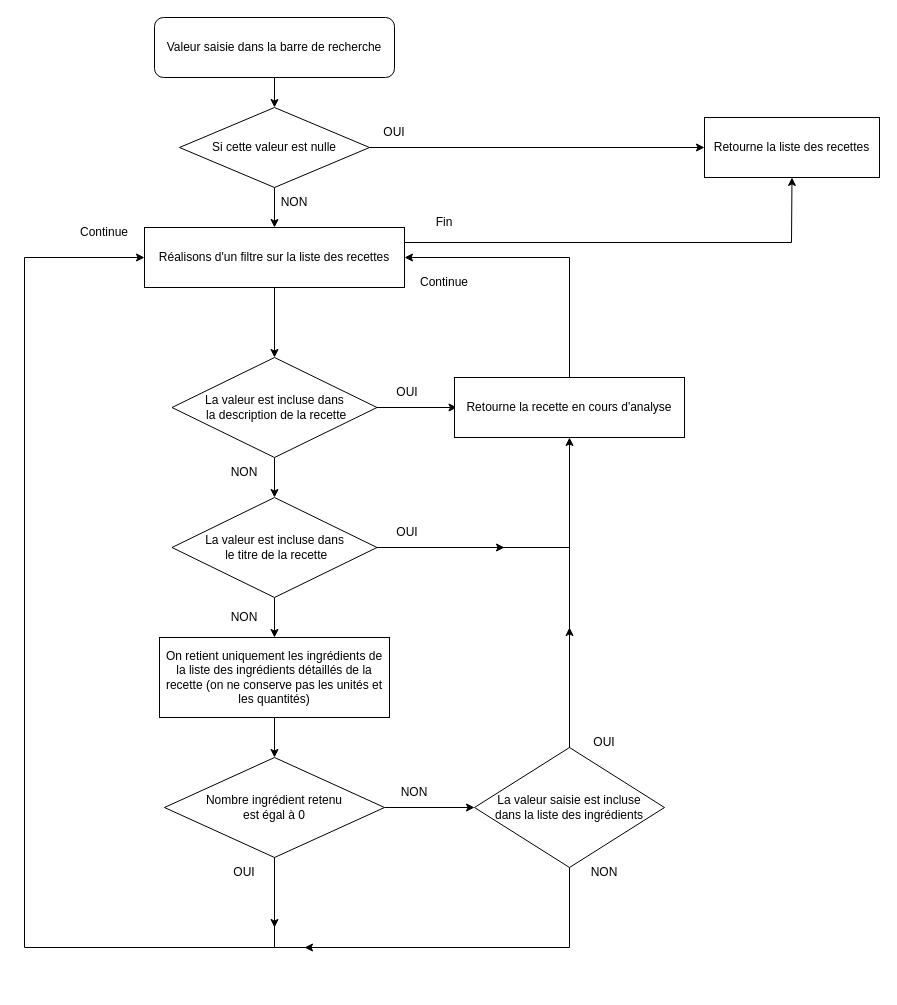
This is Untitled Diagram.drawio from NicolasCrombois/CromboisNicolas_7_10042022, a draw.io file, before an edit. Source tidied: cells renumbered, new cells numbered last; positions are measured from the earlier drawing's top-left corner, leaving out a move shared by most shapes. Both pictures are drawn from the tidied source at 100%, with x=0, y=0 at pixel (24, 17).
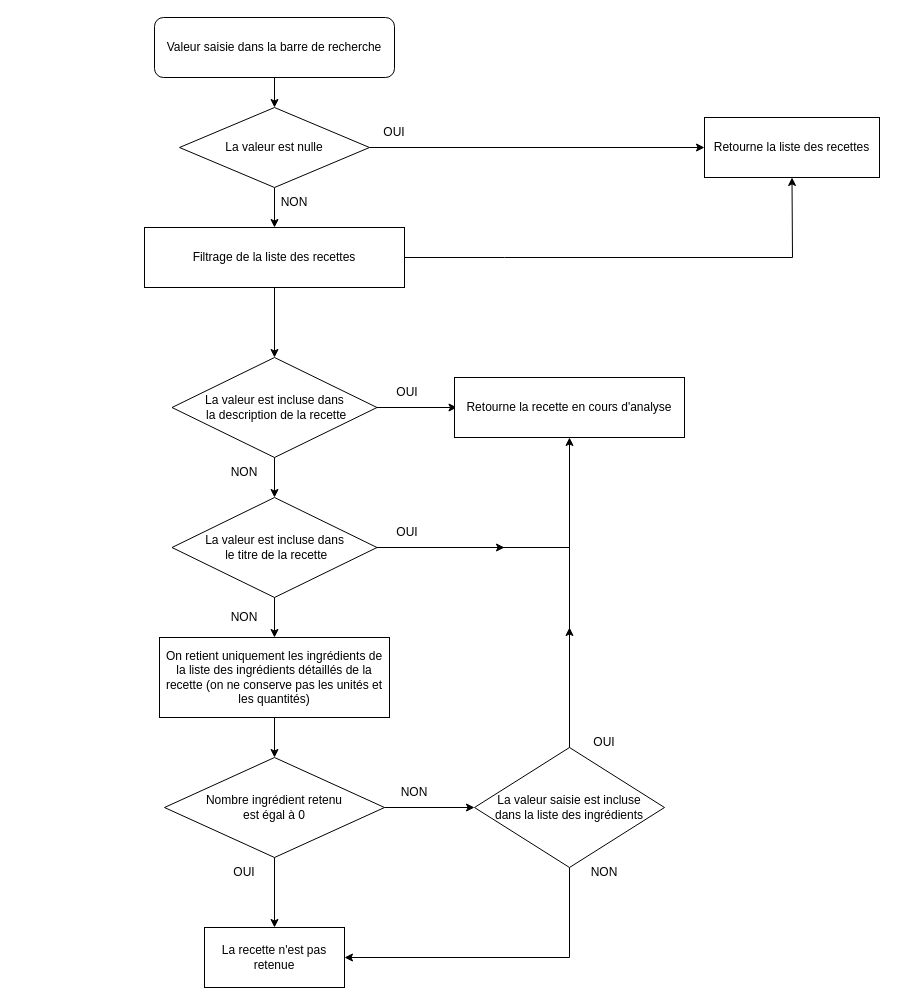
Above is the later version.

The change refers to these unchanged cells:
```xml
<mxCell id="5" value="Retourne la liste des recettes" style="rounded=0;whiteSpace=wrap;html=1;" parent="1" vertex="1">
  <mxGeometry x="680" y="100" width="175" height="60" as="geometry" />
</mxCell>
<mxCell id="14" value="Retourne la recette en cours d'analyse" style="rounded=0;whiteSpace=wrap;html=1;" parent="1" vertex="1">
  <mxGeometry x="430" y="360" width="230" height="60" as="geometry" />
</mxCell>
<mxCell id="23" value="Nombre ingrédient retenu &lt;br&gt;est égal à 0" style="rhombus;whiteSpace=wrap;html=1;" parent="1" vertex="1">
  <mxGeometry x="140" y="740" width="220" height="100" as="geometry" />
</mxCell>
<mxCell id="25" value="La valeur saisie est incluse&lt;br&gt;dans la liste des ingrédients" style="rhombus;whiteSpace=wrap;html=1;" parent="1" vertex="1">
  <mxGeometry x="450" y="730" width="190" height="120" as="geometry" />
</mxCell>
```

What changed in the source:
```diff
@@
-    <mxCell id="4" value="&lt;span&gt;Si cette valeur est nulle&lt;/span&gt;" style="rhombus;whiteSpace=wrap;html=1;" parent="1" vertex="1">
+    <mxCell id="4" value="&lt;span&gt;La valeur est nulle&lt;/span&gt;" style="rhombus;whiteSpace=wrap;html=1;" parent="1" vertex="1">
       <mxGeometry x="155" y="90" width="190" height="80" as="geometry" />
     </mxCell>
@@
-    <mxCell id="7" value="Réalisons d'un filtre sur la liste des recettes" style="rounded=0;whiteSpace=wrap;html=1;" parent="1" vertex="1">
+    <mxCell id="7" value="Filtrage de la liste des recettes" style="rounded=0;whiteSpace=wrap;html=1;" parent="1" vertex="1">
       <mxGeometry x="120" y="210" width="260" height="60" as="geometry" />
     </mxCell>
@@
-    <mxCell id="15" style="endArrow=classic;html=1;rounded=0;entryX=1;entryY=0.5;entryDx=0;entryDy=0;exitX=0.5;exitY=0;exitDx=0;exitDy=0;" parent="1" edge="1" source="14" target="7">
-      <mxGeometry relative="1" as="geometry">
-        <Array as="points">
-          <mxPoint x="545" y="240" />
-        </Array>
-      </mxGeometry>
-    </mxCell>
@@
-    <mxCell id="34" style="endArrow=classic;html=1;rounded=0;entryX=0;entryY=0.5;entryDx=0;entryDy=0;exitX=0.5;exitY=1;exitDx=0;exitDy=0;" parent="1" edge="1" source="23" target="7">
-      <mxGeometry relative="1" as="geometry">
-        <Array as="points">
-          <mxPoint x="250" y="930" />
-          <mxPoint y="930" />
-          <mxPoint y="240" />
-        </Array>
-      </mxGeometry>
-    </mxCell>
@@
-    <mxCell id="36" style="endArrow=classic;html=1;rounded=0;exitX=0.5;exitY=1;exitDx=0;exitDy=0;" parent="1" edge="1" source="25">
+    <mxCell id="36" style="endArrow=classic;html=1;rounded=0;exitX=0.5;exitY=1;exitDx=0;exitDy=0;entryX=1;entryY=0.5;entryDx=0;entryDy=0;" parent="1" edge="1" source="25" target="44">
       <mxGeometry relative="1" as="geometry">
-        <mxPoint x="280" y="930" as="targetPoint" />
         <Array as="points">
-          <mxPoint x="545" y="930" />
+          <mxPoint x="545" y="940" />
         </Array>
       </mxGeometry>
     </mxCell>
-    <mxCell id="37" style="endArrow=none;html=1;rounded=0;" parent="1" edge="1">
-      <mxGeometry relative="1" as="geometry">
-        <mxPoint x="540" y="930" as="sourcePoint" />
-        <mxPoint x="250" y="930" as="targetPoint" />
-      </mxGeometry>
-    </mxCell>
@@
-    <mxCell id="40" value="Continue" style="text;html=1;strokeColor=none;fillColor=none;align=center;verticalAlign=middle;whiteSpace=wrap;rounded=0;" parent="1" vertex="1">
-      <mxGeometry x="390" y="250" width="60" height="30" as="geometry" />
-    </mxCell>
-    <mxCell id="41" value="Continue" style="text;html=1;strokeColor=none;fillColor=none;align=center;verticalAlign=middle;whiteSpace=wrap;rounded=0;" parent="1" vertex="1">
-      <mxGeometry x="50" y="200" width="60" height="30" as="geometry" />
-    </mxCell>
-    <mxCell id="42" style="endArrow=classic;html=1;rounded=0;entryX=0.5;entryY=1;entryDx=0;entryDy=0;exitX=1;exitY=0.25;exitDx=0;exitDy=0;" parent="1" edge="1" source="7" target="5">
+    <mxCell id="42" style="endArrow=classic;html=1;rounded=0;entryX=0.5;entryY=1;entryDx=0;entryDy=0;exitX=1;exitY=0.5;exitDx=0;exitDy=0;" parent="1" edge="1" source="7" target="5">
       <mxGeometry relative="1" as="geometry">
         <Array as="points">
-          <mxPoint x="767" y="225" />
+          <mxPoint x="480" y="240" />
+          <mxPoint x="768" y="240" />
         </Array>
       </mxGeometry>
     </mxCell>
-    <mxCell id="43" value="Fin" style="text;html=1;strokeColor=none;fillColor=none;align=center;verticalAlign=middle;whiteSpace=wrap;rounded=0;" parent="1" vertex="1">
-      <mxGeometry x="390" y="190" width="60" height="30" as="geometry" />
-    </mxCell>
+    <mxCell id="44" value="La recette n'est pas retenue" style="rounded=0;whiteSpace=wrap;html=1;" parent="1" vertex="1">
+      <mxGeometry x="180" y="910" width="140" height="60" as="geometry" />
+    </mxCell>
```
